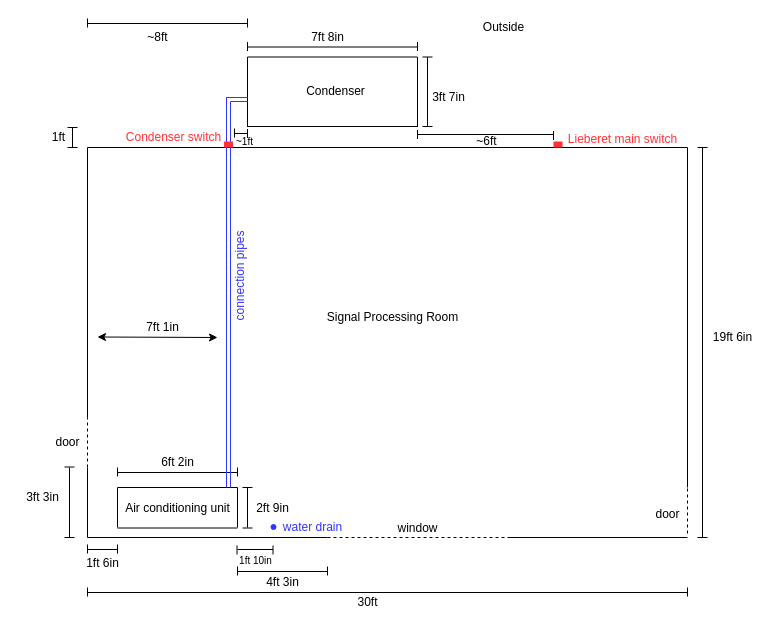
This is HVAC-Signal-Processing-Room/Signal Processing Room.drawio from SETIatHCRO/Front-Page, a draw.io file, before an edit. Source tidied: cells renumbered, new cells numbered last; positions are measured from the earlier drawing's top-left corner, leaving out a move shared by most shapes. Both pictures are drawn from the tidied source at 100%, with x=0, y=0 at pixel (17, 17).
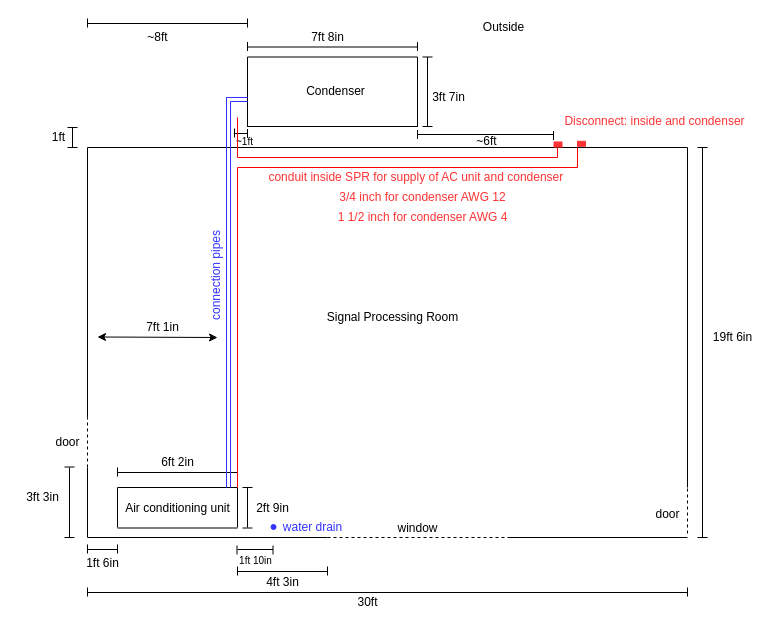
After the change.

Change to the diagram source:
```diff
@@
     <mxCell id="51" value="&lt;font color=&quot;#3333ff&quot;&gt;connection pipes&lt;/font&gt;" style="text;html=1;align=center;verticalAlign=middle;rotation=-90;" parent="1" vertex="1">
-      <mxGeometry x="168" y="249" width="110" height="20" as="geometry" />
+      <mxGeometry x="143.5" y="249" width="110" height="20" as="geometry" />
     </mxCell>
@@
-    <mxCell id="87" value="&lt;font color=&quot;#ff3333&quot;&gt;Lieberet main switch&lt;/font&gt;" style="text;html=1;align=center;verticalAlign=middle;" parent="1" vertex="1">
-      <mxGeometry x="544.5" y="111.5" width="120" height="20" as="geometry" />
+    <mxCell id="87" value="&lt;font color=&quot;#ff3333&quot;&gt;Disconnect: inside and condenser&lt;/font&gt;" style="text;html=1;align=center;verticalAlign=middle;" parent="1" vertex="1">
+      <mxGeometry x="536.5" y="94.2" width="200" height="20" as="geometry" />
     </mxCell>
@@
     <mxCell id="90" style="rounded=0;whiteSpace=wrap;html=1;strokeColor=#FF3333;fillColor=#FF3333;fontSize=12;" parent="1" vertex="1">
-      <mxGeometry x="207" y="124.5" width="8" height="5" as="geometry" />
+      <mxGeometry x="560" y="123.8" width="8" height="5" as="geometry" />
     </mxCell>
@@
-    <mxCell id="95" value="&lt;font color=&quot;#ff3333&quot;&gt;Condenser switch&lt;/font&gt;" style="text;html=1;align=center;verticalAlign=middle;" parent="1" vertex="1">
-      <mxGeometry x="101" y="109.5" width="110" height="20" as="geometry" />
-    </mxCell>
+    <mxCell id="96" style="endArrow=none;html=1;fillColor=#f8cecc;strokeColor=#FF0000;" parent="1" edge="1">
+      <mxGeometry relative="1" as="geometry">
+        <mxPoint x="220" y="140" as="sourcePoint" />
+        <mxPoint x="540" y="140" as="targetPoint" />
+      </mxGeometry>
+    </mxCell>
+    <mxCell id="97" style="endArrow=none;html=1;fillColor=#f8cecc;strokeColor=#FF0000;" parent="1" edge="1">
+      <mxGeometry relative="1" as="geometry">
+        <mxPoint x="540" y="140" as="sourcePoint" />
+        <mxPoint x="540" y="130" as="targetPoint" />
+      </mxGeometry>
+    </mxCell>
+    <mxCell id="98" style="endArrow=none;html=1;fillColor=#f8cecc;strokeColor=#FF0000;" parent="1" edge="1">
+      <mxGeometry relative="1" as="geometry">
+        <mxPoint x="220" y="140" as="sourcePoint" />
+        <mxPoint x="220" y="100" as="targetPoint" />
+      </mxGeometry>
+    </mxCell>
+    <mxCell id="99" style="endArrow=none;html=1;fillColor=#f8cecc;strokeColor=#FF0000;" parent="1" edge="1">
+      <mxGeometry relative="1" as="geometry">
+        <mxPoint x="220" y="150" as="sourcePoint" />
+        <mxPoint x="560" y="150" as="targetPoint" />
+      </mxGeometry>
+    </mxCell>
+    <mxCell id="100" style="endArrow=none;html=1;fillColor=#f8cecc;strokeColor=#FF0000;" parent="1" edge="1">
+      <mxGeometry relative="1" as="geometry">
+        <mxPoint x="220" y="150" as="sourcePoint" />
+        <mxPoint x="220" y="470" as="targetPoint" />
+      </mxGeometry>
+    </mxCell>
+    <mxCell id="101" style="endArrow=none;html=1;fillColor=#f8cecc;strokeColor=#FF0000;" parent="1" edge="1">
+      <mxGeometry relative="1" as="geometry">
+        <mxPoint x="560" y="150" as="sourcePoint" />
+        <mxPoint x="560" y="130" as="targetPoint" />
+      </mxGeometry>
+    </mxCell>
+    <mxCell id="102" value="&lt;font color=&quot;#ff3333&quot;&gt;conduit inside SPR for supply of AC unit and condenser&amp;nbsp;&lt;/font&gt;" style="text;html=1;align=center;verticalAlign=middle;" parent="1" vertex="1">
+      <mxGeometry x="245" y="150" width="310" height="20" as="geometry" />
+    </mxCell>
+    <mxCell id="103" value="&lt;font color=&quot;#ff3333&quot;&gt;3/4 inch for condenser AWG 12&lt;/font&gt;" style="text;html=1;align=center;verticalAlign=middle;" parent="1" vertex="1">
+      <mxGeometry x="315" y="170" width="180" height="20" as="geometry" />
+    </mxCell>
+    <mxCell id="104" value="&lt;font color=&quot;#ff3333&quot;&gt;1 1/2 inch for condenser AWG 4&lt;/font&gt;" style="text;html=1;align=center;verticalAlign=middle;" parent="1" vertex="1">
+      <mxGeometry x="310" y="190" width="190" height="20" as="geometry" />
+    </mxCell>
```
